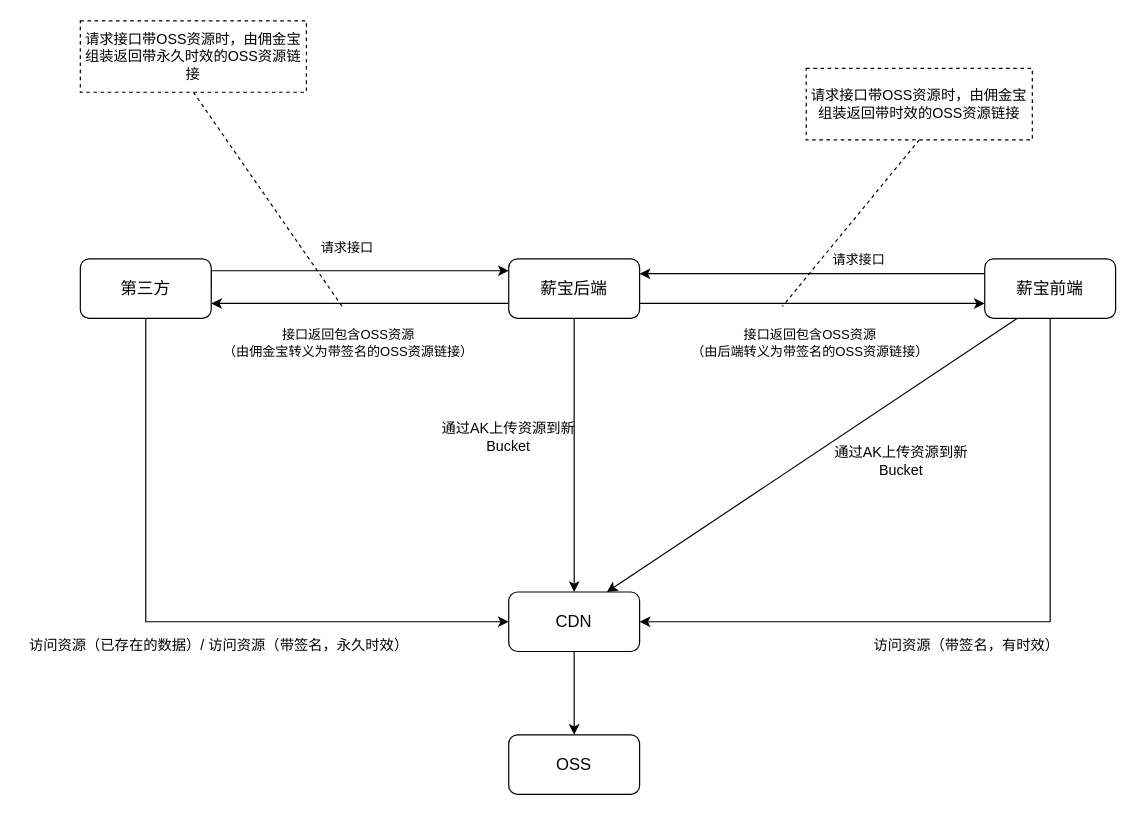
This is oss.drawio from kuangziyang/shop-design, a draw.io file, before an edit. Source tidied: cells renumbered, new cells numbered last; positions are measured from the earlier drawing's top-left corner, leaving out a move shared by most shapes. Both pictures are drawn from the tidied source at 119%, with x=0, y=0 at pixel (20, 20).
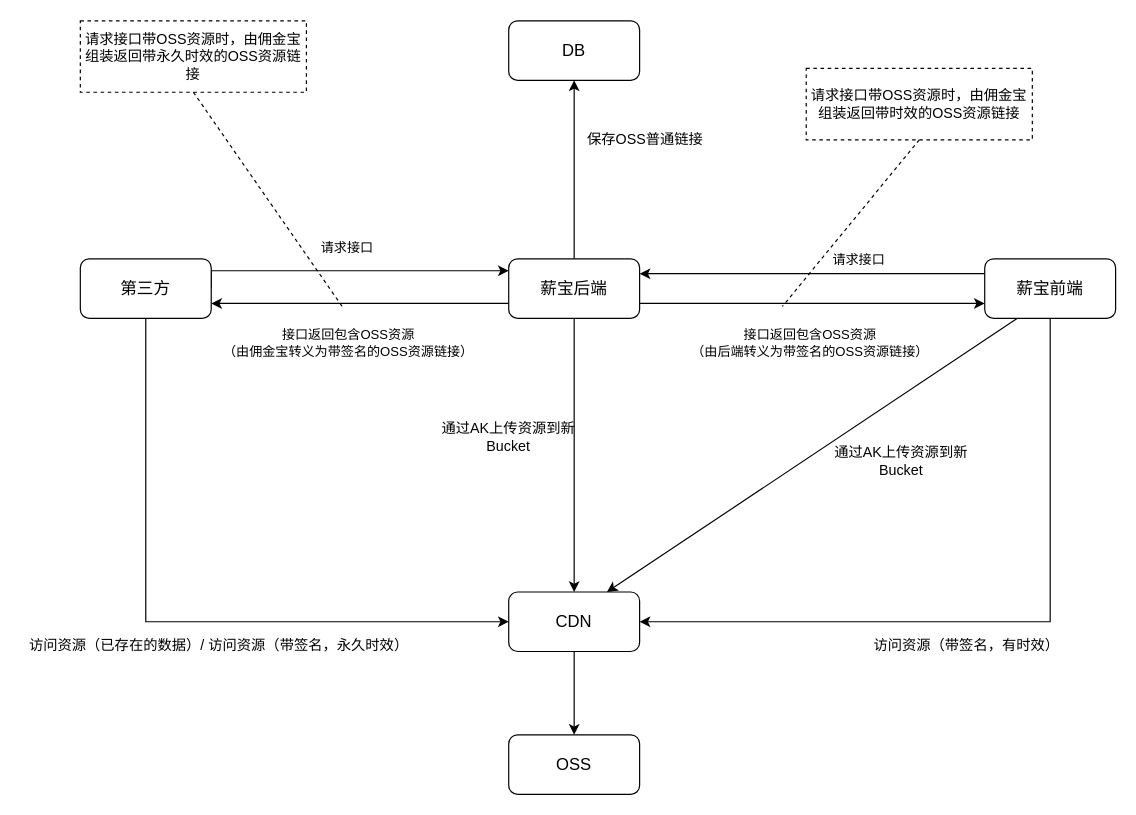
Above is the later version.

The change refers to these unchanged cells:
```xml
<mxCell id="11" value="&lt;span style=&quot;font-size: 14px&quot;&gt;薪宝后端&lt;/span&gt;" style="rounded=1;whiteSpace=wrap;html=1;" parent="1" vertex="1">
  <mxGeometry x="410" y="200" width="110" height="50" as="geometry" />
</mxCell>
```

The edit, as a diff of the source:
```diff
@@
+    <mxCell id="29" style="edgeStyle=none;rounded=0;jettySize=auto;html=1;exitX=0.5;exitY=0;exitDx=0;exitDy=0;entryX=0.5;entryY=1;entryDx=0;entryDy=0;endArrow=classic;endFill=1;" parent="1" edge="1" source="11" target="30">
+      <mxGeometry relative="1" as="geometry" />
+    </mxCell>
@@
+    <mxCell id="30" value="&lt;span style=&quot;font-size: 14px&quot;&gt;DB&lt;/span&gt;" style="rounded=1;whiteSpace=wrap;html=1;" parent="1" vertex="1">
+      <mxGeometry x="410" width="110" height="50" as="geometry" />
+    </mxCell>
+    <mxCell id="31" value="保存OSS普通链接" style="text;html=1;strokeColor=none;fillColor=none;align=center;verticalAlign=middle;whiteSpace=wrap;rounded=0;dashed=1;" parent="1" vertex="1">
+      <mxGeometry x="450" y="90" width="150" height="20" as="geometry" />
+    </mxCell>
```
